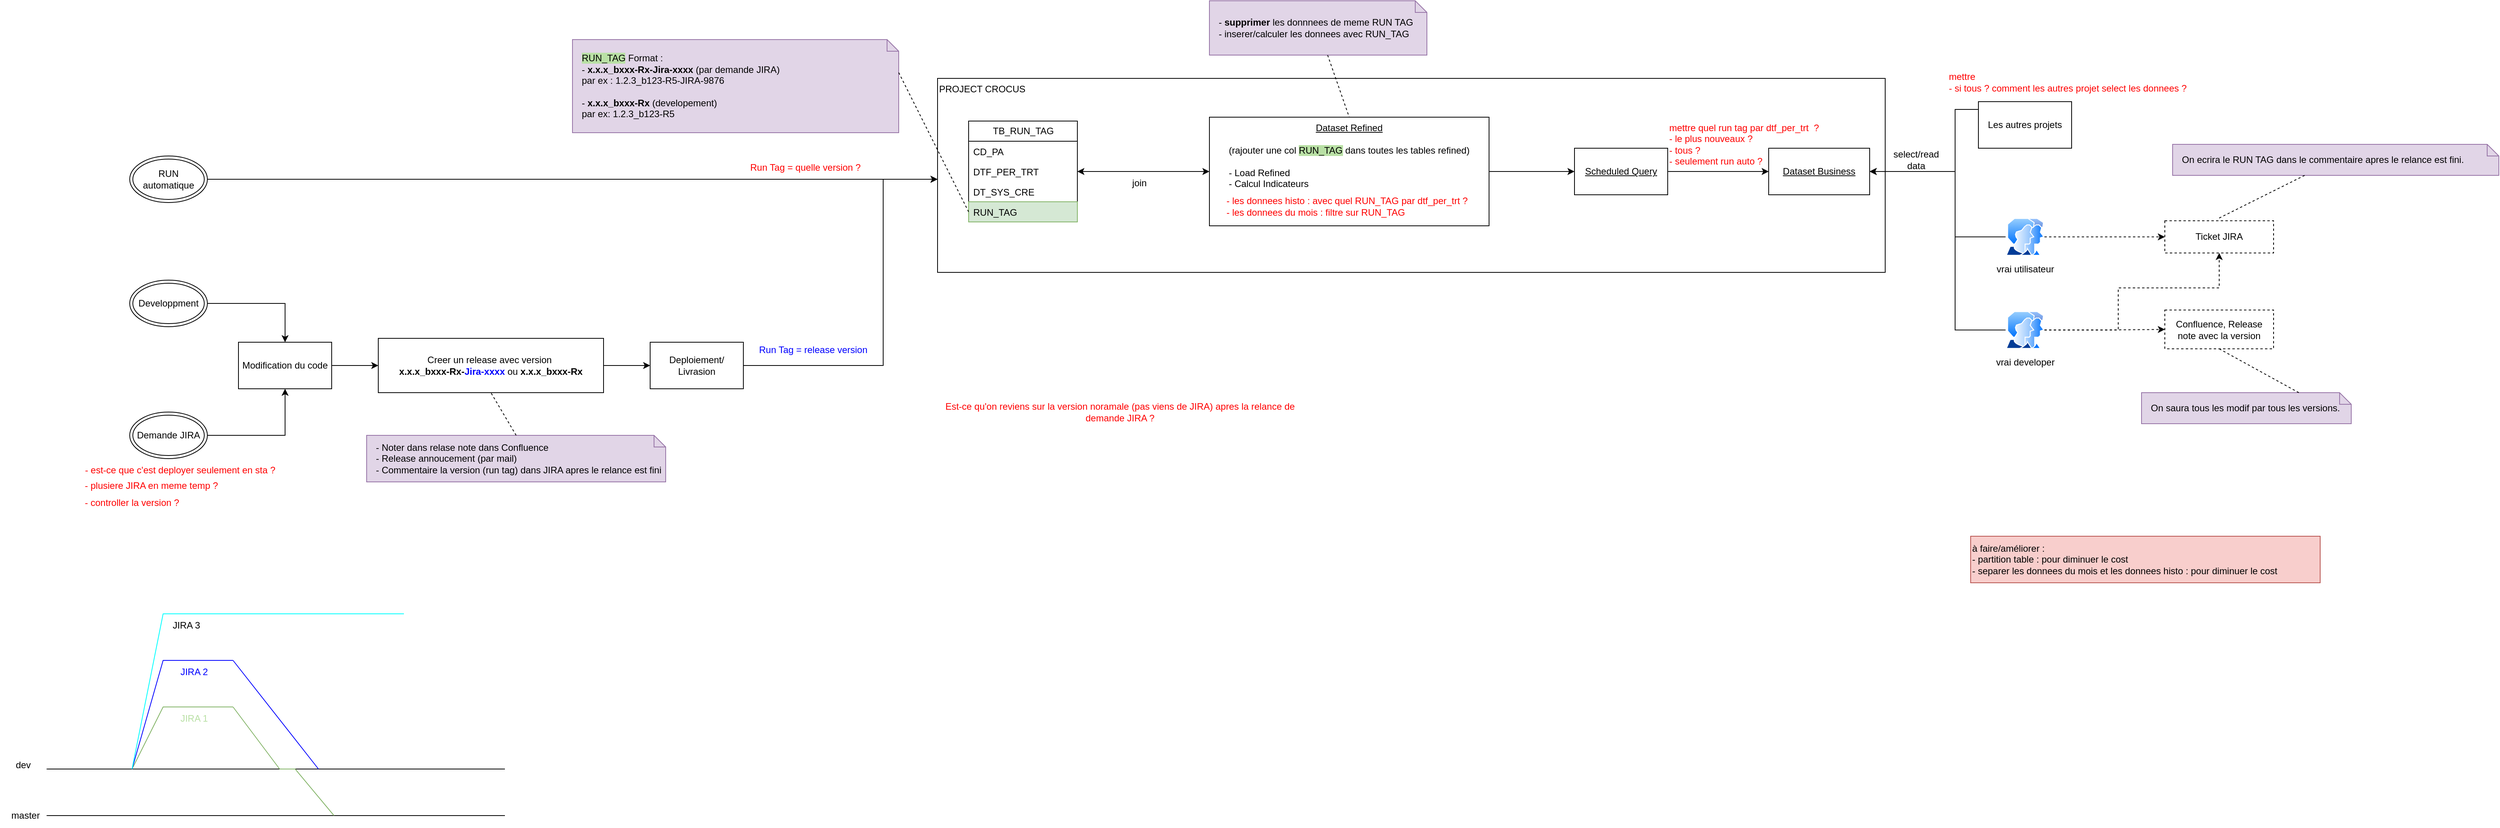
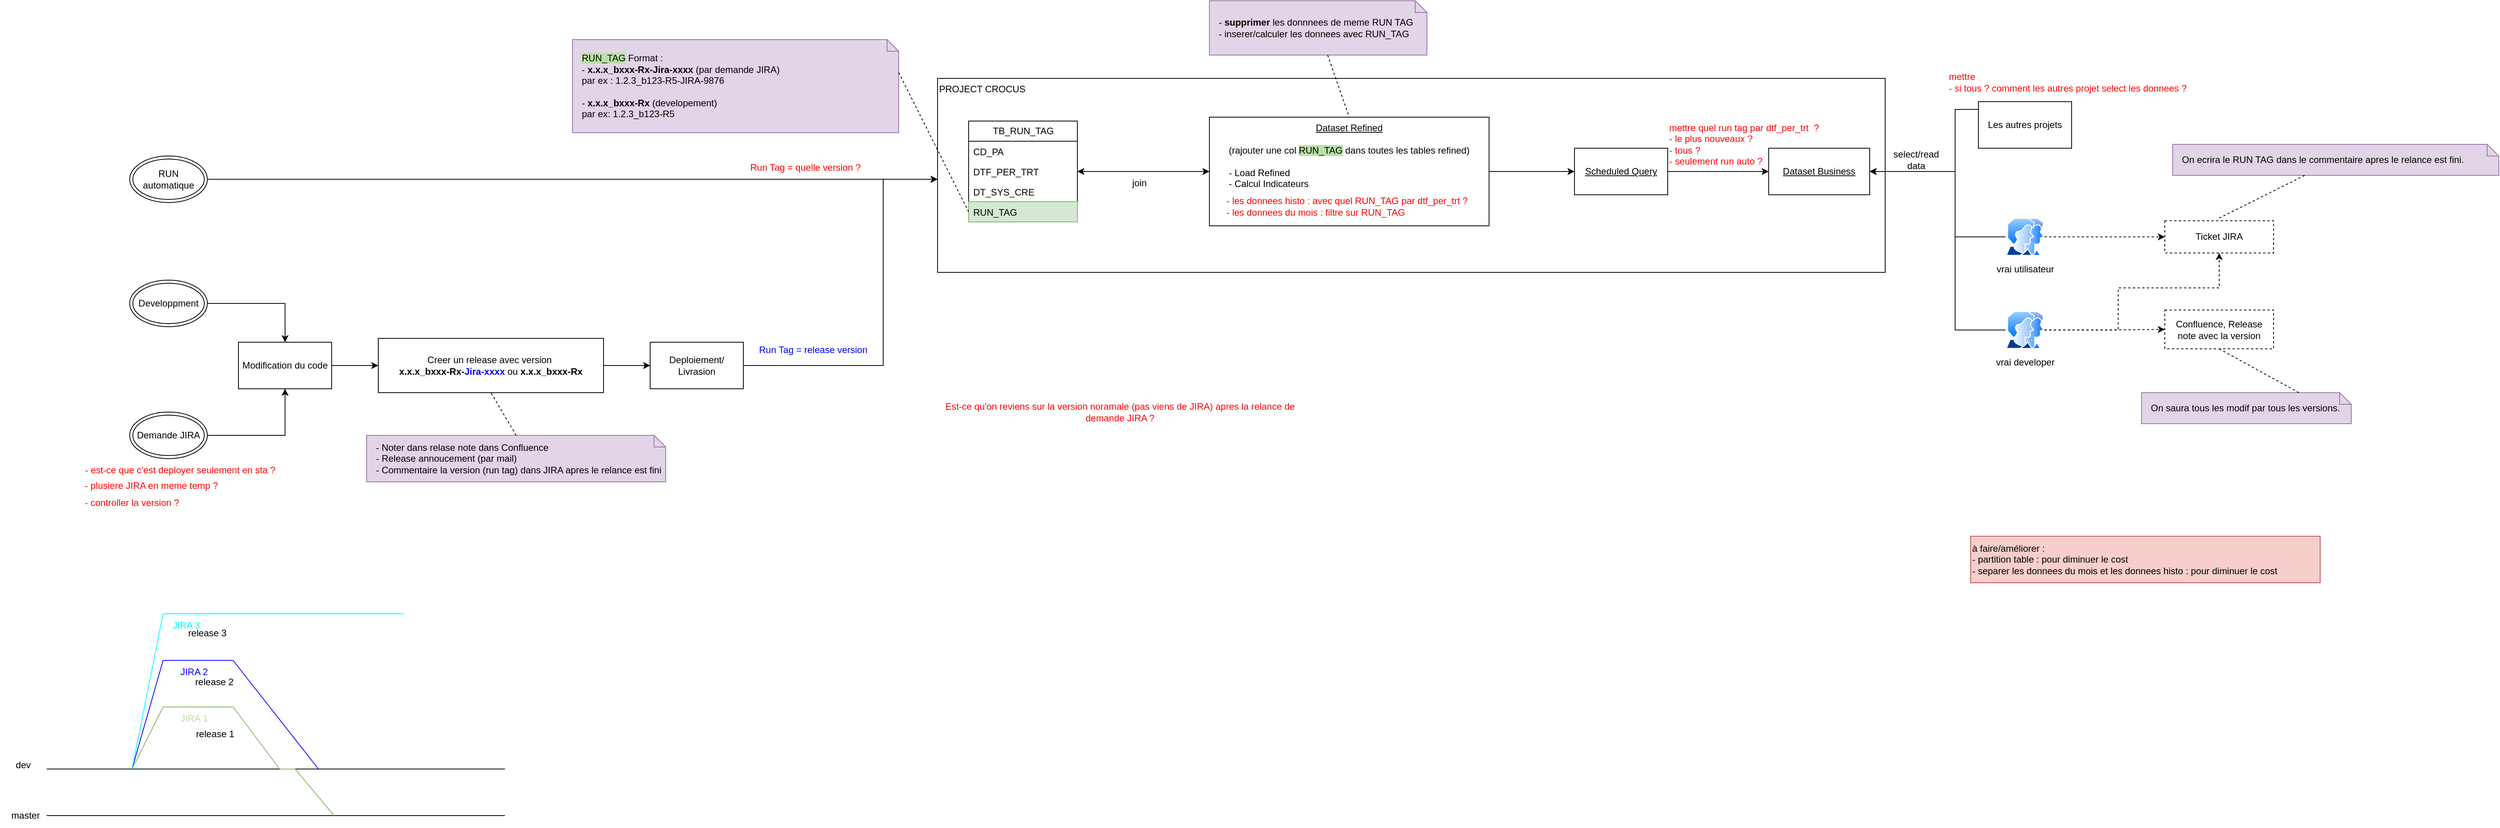
<mxfile host="app.diagrams.net">
  <diagram name="Page-1" id="bEAYSmEDHXBXhFzCy1HB">
    <mxGraphModel dx="2873" dy="1106" grid="1" gridSize="10" guides="1" tooltips="1" connect="1" arrows="1" fold="1" page="1" pageScale="1" pageWidth="827" pageHeight="1169" math="0" shadow="0">
      <root>
        <mxCell id="0" />
        <mxCell id="1" parent="0" />
        <mxCell id="QUzsFoNl6aFI_2ed8XXq-13" parent="1" style="rounded=0;whiteSpace=wrap;html=1;align=left;verticalAlign=top;" value="PROJECT CROCUS" vertex="1">
          <mxGeometry height="250" width="1220" x="380" y="140" as="geometry" />
        </mxCell>
        <mxCell id="QUzsFoNl6aFI_2ed8XXq-1" parent="1" style="swimlane;fontStyle=0;childLayout=stackLayout;horizontal=1;startSize=26;fillColor=none;horizontalStack=0;resizeParent=1;resizeParentMax=0;resizeLast=0;collapsible=1;marginBottom=0;html=1;" value="TB_RUN_TAG" vertex="1">
          <mxGeometry height="130" width="140" x="420" y="195" as="geometry" />
        </mxCell>
        <mxCell id="QUzsFoNl6aFI_2ed8XXq-2" parent="QUzsFoNl6aFI_2ed8XXq-1" style="text;strokeColor=none;fillColor=none;align=left;verticalAlign=top;spacingLeft=4;spacingRight=4;overflow=hidden;rotatable=0;points=[[0,0.5],[1,0.5]];portConstraint=eastwest;whiteSpace=wrap;html=1;" value="CD_PA" vertex="1">
          <mxGeometry height="26" width="140" y="26" as="geometry" />
        </mxCell>
        <mxCell id="QUzsFoNl6aFI_2ed8XXq-3" parent="QUzsFoNl6aFI_2ed8XXq-1" style="text;strokeColor=none;fillColor=none;align=left;verticalAlign=top;spacingLeft=4;spacingRight=4;overflow=hidden;rotatable=0;points=[[0,0.5],[1,0.5]];portConstraint=eastwest;whiteSpace=wrap;html=1;" value="DTF_PER_TRT" vertex="1">
          <mxGeometry height="26" width="140" y="52" as="geometry" />
        </mxCell>
        <mxCell id="QUzsFoNl6aFI_2ed8XXq-4" parent="QUzsFoNl6aFI_2ed8XXq-1" style="text;strokeColor=none;fillColor=none;align=left;verticalAlign=top;spacingLeft=4;spacingRight=4;overflow=hidden;rotatable=0;points=[[0,0.5],[1,0.5]];portConstraint=eastwest;whiteSpace=wrap;html=1;" value="DT_SYS_CRE" vertex="1">
          <mxGeometry height="26" width="140" y="78" as="geometry" />
        </mxCell>
        <mxCell id="QUzsFoNl6aFI_2ed8XXq-5" parent="QUzsFoNl6aFI_2ed8XXq-1" style="text;strokeColor=#82b366;fillColor=#d5e8d4;align=left;verticalAlign=top;spacingLeft=4;spacingRight=4;overflow=hidden;rotatable=0;points=[[0,0.5],[1,0.5]];portConstraint=eastwest;whiteSpace=wrap;html=1;" value="RUN_TAG" vertex="1">
          <mxGeometry height="26" width="140" y="104" as="geometry" />
        </mxCell>
        <mxCell id="QUzsFoNl6aFI_2ed8XXq-7" parent="1" style="shape=note;size=15;align=left;spacingLeft=10;html=1;whiteSpace=wrap;fillColor=#e1d5e7;strokeColor=#9673a6;" value="&lt;span style=&quot;background-color: rgb(185, 224, 165);&quot;&gt;RUN_TAG&lt;/span&gt; Format :&amp;nbsp;&lt;div&gt;- &lt;b&gt;x.x.x_bxxx-Rx-Jira-xxxx&lt;/b&gt; (par demande JIRA)&amp;nbsp;&lt;/div&gt;&lt;div&gt;par ex : 1.2.3_b123-R5-JIRA-9876&lt;/div&gt;&lt;div&gt;&lt;br&gt;&lt;/div&gt;&lt;div&gt;-&lt;b&gt; x.x.x_bxxx-Rx&lt;/b&gt; (developement)&lt;/div&gt;&lt;div&gt;&lt;span style=&quot;background-color: transparent; color: light-dark(rgb(0, 0, 0), rgb(255, 255, 255));&quot;&gt;par ex: 1.2.3_b123-R5&lt;/span&gt;&lt;/div&gt;" vertex="1">
          <mxGeometry height="120" width="420" x="-90" y="90" as="geometry" />
        </mxCell>
        <mxCell id="QUzsFoNl6aFI_2ed8XXq-8" edge="1" parent="1" source="QUzsFoNl6aFI_2ed8XXq-7" style="edgeStyle=none;endArrow=none;exitX=0;exitY=0;dashed=1;html=1;rounded=0;entryX=0;entryY=0.5;entryDx=0;entryDy=0;exitDx=420;exitDy=42.5;exitPerimeter=0;" target="QUzsFoNl6aFI_2ed8XXq-5" value="">
          <mxGeometry relative="1" x="1" as="geometry">
            <mxPoint x="590" y="660" as="targetPoint" />
          </mxGeometry>
        </mxCell>
        <mxCell id="QUzsFoNl6aFI_2ed8XXq-10" parent="1" style="rounded=0;whiteSpace=wrap;html=1;dashed=1;" value="Confluence, Release note avec la v&lt;span style=&quot;background-color: transparent; color: light-dark(rgb(0, 0, 0), rgb(255, 255, 255));&quot;&gt;ersion&lt;/span&gt;" vertex="1">
          <mxGeometry height="50" width="140" x="1960" y="438.5" as="geometry" />
        </mxCell>
        <mxCell id="QUzsFoNl6aFI_2ed8XXq-11" parent="1" style="rounded=0;whiteSpace=wrap;html=1;dashed=1;" value="Ticket JIRA" vertex="1">
          <mxGeometry height="41.5" width="140" x="1960" y="323.5" as="geometry" />
        </mxCell>
        <mxCell id="QUzsFoNl6aFI_2ed8XXq-42" edge="1" parent="1" source="QUzsFoNl6aFI_2ed8XXq-12" style="edgeStyle=orthogonalEdgeStyle;rounded=0;orthogonalLoop=1;jettySize=auto;html=1;entryX=1;entryY=0.5;entryDx=0;entryDy=0;startArrow=classic;startFill=1;" target="QUzsFoNl6aFI_2ed8XXq-3">
          <mxGeometry relative="1" as="geometry" />
        </mxCell>
        <mxCell id="QUzsFoNl6aFI_2ed8XXq-50" edge="1" parent="1" source="QUzsFoNl6aFI_2ed8XXq-12" style="edgeStyle=orthogonalEdgeStyle;rounded=0;orthogonalLoop=1;jettySize=auto;html=1;" target="QUzsFoNl6aFI_2ed8XXq-46">
          <mxGeometry relative="1" as="geometry">
            <Array as="points" />
          </mxGeometry>
        </mxCell>
        <mxCell id="QUzsFoNl6aFI_2ed8XXq-12" parent="1" style="rounded=0;whiteSpace=wrap;html=1;verticalAlign=top;" value="&lt;u&gt;Dataset Refined&lt;/u&gt;&lt;div&gt;&lt;u&gt;&lt;br&gt;&lt;/u&gt;&lt;div&gt;(rajouter une col &lt;span style=&quot;background-color: rgb(185, 224, 165);&quot;&gt;RUN_TAG&lt;/span&gt;&lt;span&gt; &lt;/span&gt;dans toutes les tables refined)&lt;/div&gt;&lt;div&gt;&lt;br&gt;&lt;/div&gt;&lt;div style=&quot;text-align: left;&quot;&gt;- Load Refined&amp;nbsp; &amp;nbsp; &amp;nbsp; &amp;nbsp;&lt;/div&gt;&lt;div style=&quot;text-align: left;&quot;&gt;- Calcul Indicateurs&lt;/div&gt;&lt;/div&gt;" vertex="1">
          <mxGeometry height="140" width="360" x="730" y="190" as="geometry" />
        </mxCell>
        <mxCell id="QUzsFoNl6aFI_2ed8XXq-27" edge="1" parent="1" source="QUzsFoNl6aFI_2ed8XXq-33" style="edgeStyle=orthogonalEdgeStyle;rounded=0;orthogonalLoop=1;jettySize=auto;html=1;entryX=0.5;entryY=0;entryDx=0;entryDy=0;" target="QUzsFoNl6aFI_2ed8XXq-23">
          <mxGeometry relative="1" as="geometry">
            <mxPoint x="-760" y="325" as="sourcePoint" />
          </mxGeometry>
        </mxCell>
        <mxCell id="QUzsFoNl6aFI_2ed8XXq-29" edge="1" parent="1" source="QUzsFoNl6aFI_2ed8XXq-34" style="edgeStyle=orthogonalEdgeStyle;rounded=0;orthogonalLoop=1;jettySize=auto;html=1;entryX=0.5;entryY=1;entryDx=0;entryDy=0;" target="QUzsFoNl6aFI_2ed8XXq-23">
          <mxGeometry relative="1" as="geometry">
            <mxPoint x="-820" y="785" as="sourcePoint" />
          </mxGeometry>
        </mxCell>
        <mxCell id="QUzsFoNl6aFI_2ed8XXq-19" parent="1" style="text;html=1;whiteSpace=wrap;strokeColor=none;fillColor=none;align=center;verticalAlign=middle;rounded=0;fontColor=#0000FF;" value="&lt;font style=&quot;color: rgb(255, 0, 0);&quot;&gt;Run Tag = quelle version ?&lt;/font&gt;" vertex="1">
          <mxGeometry height="30" width="200" x="110" y="240" as="geometry" />
        </mxCell>
        <mxCell id="QUzsFoNl6aFI_2ed8XXq-28" edge="1" parent="1" source="QUzsFoNl6aFI_2ed8XXq-23" style="edgeStyle=orthogonalEdgeStyle;rounded=0;orthogonalLoop=1;jettySize=auto;html=1;" target="QUzsFoNl6aFI_2ed8XXq-25">
          <mxGeometry relative="1" as="geometry" />
        </mxCell>
        <mxCell id="QUzsFoNl6aFI_2ed8XXq-23" parent="1" style="rounded=0;whiteSpace=wrap;html=1;" value="Modification du code" vertex="1">
          <mxGeometry height="60" width="120" x="-520" y="480" as="geometry" />
        </mxCell>
        <mxCell id="QUzsFoNl6aFI_2ed8XXq-31" edge="1" parent="1" source="QUzsFoNl6aFI_2ed8XXq-24" style="edgeStyle=orthogonalEdgeStyle;rounded=0;orthogonalLoop=1;jettySize=auto;html=1;" target="QUzsFoNl6aFI_2ed8XXq-13">
          <mxGeometry relative="1" as="geometry">
            <Array as="points">
              <mxPoint x="310" y="510" />
              <mxPoint x="310" y="270" />
            </Array>
          </mxGeometry>
        </mxCell>
        <mxCell id="QUzsFoNl6aFI_2ed8XXq-24" parent="1" style="rounded=0;whiteSpace=wrap;html=1;" value="Deploiement/ Livrasion" vertex="1">
          <mxGeometry height="60" width="120" x="10" y="480" as="geometry" />
        </mxCell>
        <mxCell id="QUzsFoNl6aFI_2ed8XXq-30" edge="1" parent="1" source="QUzsFoNl6aFI_2ed8XXq-25" style="edgeStyle=orthogonalEdgeStyle;rounded=0;orthogonalLoop=1;jettySize=auto;html=1;entryX=0;entryY=0.5;entryDx=0;entryDy=0;" target="QUzsFoNl6aFI_2ed8XXq-24">
          <mxGeometry relative="1" as="geometry" />
        </mxCell>
        <mxCell id="QUzsFoNl6aFI_2ed8XXq-25" parent="1" style="rounded=0;whiteSpace=wrap;html=1;" value="Creer un release avec version&amp;nbsp;&lt;div&gt;&lt;span style=&quot;text-align: left;&quot;&gt;&lt;b&gt;x.x.x_bxxx-Rx-&lt;font style=&quot;color: rgb(0, 0, 255);&quot;&gt;Jira-xxxx&lt;/font&gt;&lt;/b&gt; ou&amp;nbsp;&lt;/span&gt;&lt;span style=&quot;text-align: left;&quot;&gt;&lt;b&gt;x.x.x_bxxx-Rx&lt;/b&gt;&lt;/span&gt;&lt;/div&gt;" vertex="1">
          <mxGeometry height="70" width="290" x="-340" y="475" as="geometry" />
        </mxCell>
        <mxCell id="QUzsFoNl6aFI_2ed8XXq-33" parent="1" style="ellipse;shape=doubleEllipse;whiteSpace=wrap;html=1;" value="Developpment" vertex="1">
          <mxGeometry height="60" width="100" x="-660" y="400" as="geometry" />
        </mxCell>
        <mxCell id="QUzsFoNl6aFI_2ed8XXq-34" parent="1" style="ellipse;shape=doubleEllipse;whiteSpace=wrap;html=1;" value="Demande JIRA" vertex="1">
          <mxGeometry height="60" width="100" x="-660" y="570" as="geometry" />
        </mxCell>
        <mxCell id="QUzsFoNl6aFI_2ed8XXq-36" edge="1" parent="1" source="QUzsFoNl6aFI_2ed8XXq-35" style="edgeStyle=orthogonalEdgeStyle;rounded=0;orthogonalLoop=1;jettySize=auto;html=1;" target="QUzsFoNl6aFI_2ed8XXq-13">
          <mxGeometry relative="1" as="geometry">
            <Array as="points">
              <mxPoint x="40" y="270" />
              <mxPoint x="40" y="270" />
            </Array>
          </mxGeometry>
        </mxCell>
        <mxCell id="QUzsFoNl6aFI_2ed8XXq-35" parent="1" style="ellipse;shape=doubleEllipse;whiteSpace=wrap;html=1;" value="RUN automatique" vertex="1">
          <mxGeometry height="60" width="100" x="-660" y="240" as="geometry" />
        </mxCell>
        <mxCell id="QUzsFoNl6aFI_2ed8XXq-37" parent="1" style="text;html=1;whiteSpace=wrap;strokeColor=none;fillColor=none;align=center;verticalAlign=middle;rounded=0;fontColor=#0000FF;" value="Run Tag = release version" vertex="1">
          <mxGeometry height="30" width="200" x="120" y="475" as="geometry" />
        </mxCell>
        <mxCell id="QUzsFoNl6aFI_2ed8XXq-38" parent="1" style="shape=note;size=15;align=left;spacingLeft=10;html=1;whiteSpace=wrap;fillColor=#e1d5e7;strokeColor=#9673a6;" value="- Noter dans relase note dans Confluence&lt;div&gt;- Release annoucement (par mail)&lt;/div&gt;&lt;div&gt;- Commentaire la version (run tag) dans JIRA apres le relance est fini&lt;/div&gt;" vertex="1">
          <mxGeometry height="60" width="385" x="-355" y="600" as="geometry" />
        </mxCell>
        <mxCell id="QUzsFoNl6aFI_2ed8XXq-39" edge="1" parent="1" source="QUzsFoNl6aFI_2ed8XXq-38" style="edgeStyle=none;endArrow=none;exitX=0.5;exitY=0;dashed=1;html=1;rounded=0;entryX=0.5;entryY=1;entryDx=0;entryDy=0;exitDx=0;exitDy=0;exitPerimeter=0;" target="QUzsFoNl6aFI_2ed8XXq-25" value="">
          <mxGeometry relative="1" x="1" as="geometry">
            <mxPoint x="710" y="660" as="sourcePoint" />
            <mxPoint x="762" y="510" as="targetPoint" />
          </mxGeometry>
        </mxCell>
        <mxCell id="QUzsFoNl6aFI_2ed8XXq-40" parent="1" style="shape=note;size=15;align=left;spacingLeft=10;html=1;whiteSpace=wrap;fillColor=#e1d5e7;strokeColor=#9673a6;" value="- &lt;b&gt;supprimer &lt;/b&gt;les donnnees de meme RUN TAG&lt;div&gt;- inserer/calculer les donnees avec RUN_TAG&lt;/div&gt;" vertex="1">
          <mxGeometry height="70" width="280" x="730" y="40" as="geometry" />
        </mxCell>
        <mxCell id="QUzsFoNl6aFI_2ed8XXq-41" edge="1" parent="1" source="QUzsFoNl6aFI_2ed8XXq-40" style="edgeStyle=none;endArrow=none;dashed=1;html=1;rounded=0;entryX=0.5;entryY=0;entryDx=0;entryDy=0;" target="QUzsFoNl6aFI_2ed8XXq-12" value="">
          <mxGeometry relative="1" x="1" as="geometry">
            <mxPoint x="720" y="650" as="sourcePoint" />
            <mxPoint x="772" y="500" as="targetPoint" />
          </mxGeometry>
        </mxCell>
        <mxCell id="QUzsFoNl6aFI_2ed8XXq-43" parent="1" style="text;html=1;whiteSpace=wrap;strokeColor=none;fillColor=none;align=left;verticalAlign=middle;rounded=0;" value="&lt;font style=&quot;color: rgb(255, 0, 0);&quot;&gt;- les donnees histo : avec quel RUN_TAG par dtf_per_trt ?&lt;/font&gt;&lt;div&gt;&lt;font style=&quot;color: rgb(255, 0, 0);&quot;&gt;- les donnees du mois : f&lt;/font&gt;&lt;span style=&quot;color: light-dark(rgb(255, 0, 0), rgb(255, 144, 144)); background-color: transparent;&quot;&gt;iltre sur RUN_TAG&lt;/span&gt;&lt;/div&gt;" vertex="1">
          <mxGeometry height="30" width="330" x="750" y="290" as="geometry" />
        </mxCell>
        <mxCell id="QUzsFoNl6aFI_2ed8XXq-45" parent="1" style="rounded=0;whiteSpace=wrap;html=1;" value="&lt;u&gt;Dataset Business&lt;/u&gt;" vertex="1">
          <mxGeometry height="60" width="130" x="1450" y="230" as="geometry" />
        </mxCell>
        <mxCell id="QUzsFoNl6aFI_2ed8XXq-48" edge="1" parent="1" source="QUzsFoNl6aFI_2ed8XXq-46" style="edgeStyle=orthogonalEdgeStyle;rounded=0;orthogonalLoop=1;jettySize=auto;html=1;" target="QUzsFoNl6aFI_2ed8XXq-45">
          <mxGeometry relative="1" as="geometry" />
        </mxCell>
        <mxCell id="QUzsFoNl6aFI_2ed8XXq-46" parent="1" style="rounded=0;whiteSpace=wrap;html=1;" value="&lt;u&gt;Scheduled Query&lt;/u&gt;" vertex="1">
          <mxGeometry height="60" width="120" x="1200" y="230" as="geometry" />
        </mxCell>
        <mxCell id="QUzsFoNl6aFI_2ed8XXq-51" parent="1" style="text;html=1;whiteSpace=wrap;strokeColor=none;fillColor=none;align=left;verticalAlign=middle;rounded=0;fontColor=#FF0000;" value="mettre quel run tag par dtf_per_trt&amp;nbsp;&amp;nbsp;?&amp;nbsp;&lt;div&gt;- le plus nouveaux ?&lt;/div&gt;&lt;div&gt;- tous ?&lt;/div&gt;&lt;div&gt;- seulement run auto ?&lt;/div&gt;" vertex="1">
          <mxGeometry height="30" width="370" x="1320" y="210" as="geometry" />
        </mxCell>
        <mxCell id="QUzsFoNl6aFI_2ed8XXq-59" edge="1" parent="1" source="QUzsFoNl6aFI_2ed8XXq-52" style="edgeStyle=orthogonalEdgeStyle;rounded=0;orthogonalLoop=1;jettySize=auto;html=1;entryX=1;entryY=0.5;entryDx=0;entryDy=0;" target="QUzsFoNl6aFI_2ed8XXq-45">
          <mxGeometry relative="1" as="geometry">
            <Array as="points">
              <mxPoint x="1690" y="180" />
              <mxPoint x="1690" y="260" />
            </Array>
          </mxGeometry>
        </mxCell>
        <mxCell id="QUzsFoNl6aFI_2ed8XXq-52" parent="1" style="rounded=0;whiteSpace=wrap;html=1;" value="Les autres projets" vertex="1">
          <mxGeometry height="60" width="120" x="1720" y="170" as="geometry" />
        </mxCell>
        <mxCell id="QUzsFoNl6aFI_2ed8XXq-58" edge="1" parent="1" source="QUzsFoNl6aFI_2ed8XXq-57" style="edgeStyle=orthogonalEdgeStyle;rounded=0;orthogonalLoop=1;jettySize=auto;html=1;entryX=1;entryY=0.5;entryDx=0;entryDy=0;" target="QUzsFoNl6aFI_2ed8XXq-45">
          <mxGeometry relative="1" as="geometry">
            <Array as="points">
              <mxPoint x="1690" y="344" />
              <mxPoint x="1690" y="260" />
            </Array>
          </mxGeometry>
        </mxCell>
        <mxCell id="QUzsFoNl6aFI_2ed8XXq-65" edge="1" parent="1" source="QUzsFoNl6aFI_2ed8XXq-57" style="edgeStyle=orthogonalEdgeStyle;rounded=0;orthogonalLoop=1;jettySize=auto;html=1;dashed=1;" target="QUzsFoNl6aFI_2ed8XXq-11">
          <mxGeometry relative="1" as="geometry" />
        </mxCell>
        <mxCell id="QUzsFoNl6aFI_2ed8XXq-57" parent="1" style="image;aspect=fixed;perimeter=ellipsePerimeter;html=1;align=center;shadow=0;dashed=0;spacingTop=3;image=img/lib/active_directory/user_accounts.svg;" value="vrai utilisateur" vertex="1">
          <mxGeometry height="48.5" width="50" x="1755" y="320" as="geometry" />
        </mxCell>
        <mxCell id="QUzsFoNl6aFI_2ed8XXq-60" parent="1" style="text;html=1;whiteSpace=wrap;strokeColor=none;fillColor=none;align=center;verticalAlign=middle;rounded=0;" value="select/read data" vertex="1">
          <mxGeometry height="30" width="60" x="1610" y="230" as="geometry" />
        </mxCell>
        <mxCell id="QUzsFoNl6aFI_2ed8XXq-63" edge="1" parent="1" source="QUzsFoNl6aFI_2ed8XXq-62" style="edgeStyle=orthogonalEdgeStyle;rounded=0;orthogonalLoop=1;jettySize=auto;html=1;entryX=1;entryY=0.5;entryDx=0;entryDy=0;" target="QUzsFoNl6aFI_2ed8XXq-45">
          <mxGeometry relative="1" as="geometry">
            <Array as="points">
              <mxPoint x="1690" y="464" />
              <mxPoint x="1690" y="260" />
            </Array>
          </mxGeometry>
        </mxCell>
        <mxCell id="QUzsFoNl6aFI_2ed8XXq-66" edge="1" parent="1" source="QUzsFoNl6aFI_2ed8XXq-62" style="edgeStyle=orthogonalEdgeStyle;rounded=0;orthogonalLoop=1;jettySize=auto;html=1;dashed=1;" target="QUzsFoNl6aFI_2ed8XXq-10">
          <mxGeometry relative="1" as="geometry" />
        </mxCell>
        <mxCell id="QUzsFoNl6aFI_2ed8XXq-68" edge="1" parent="1" source="QUzsFoNl6aFI_2ed8XXq-62" style="edgeStyle=orthogonalEdgeStyle;rounded=0;orthogonalLoop=1;jettySize=auto;html=1;entryX=0.5;entryY=1;entryDx=0;entryDy=0;dashed=1;" target="QUzsFoNl6aFI_2ed8XXq-11">
          <mxGeometry relative="1" as="geometry">
            <Array as="points">
              <mxPoint x="1900" y="464" />
              <mxPoint x="1900" y="410" />
              <mxPoint x="2030" y="410" />
            </Array>
          </mxGeometry>
        </mxCell>
        <mxCell id="QUzsFoNl6aFI_2ed8XXq-62" parent="1" style="image;aspect=fixed;perimeter=ellipsePerimeter;html=1;align=center;shadow=0;dashed=0;spacingTop=3;image=img/lib/active_directory/user_accounts.svg;" value="vrai developer" vertex="1">
          <mxGeometry height="48.5" width="50" x="1755" y="440" as="geometry" />
        </mxCell>
        <mxCell id="QUzsFoNl6aFI_2ed8XXq-69" parent="1" style="shape=note;size=15;align=left;spacingLeft=10;html=1;whiteSpace=wrap;fillColor=#e1d5e7;strokeColor=#9673a6;" value="On ecrira le RUN TAG dans le commentaire apres le relance est fini." vertex="1">
          <mxGeometry height="40" width="420" x="1970" y="225" as="geometry" />
        </mxCell>
        <mxCell id="QUzsFoNl6aFI_2ed8XXq-70" edge="1" parent="1" source="QUzsFoNl6aFI_2ed8XXq-69" style="edgeStyle=none;endArrow=none;dashed=1;html=1;rounded=0;" value="">
          <mxGeometry relative="1" x="1" as="geometry">
            <mxPoint x="970" y="210" as="sourcePoint" />
            <mxPoint x="2030" y="320" as="targetPoint" />
          </mxGeometry>
        </mxCell>
        <mxCell id="QUzsFoNl6aFI_2ed8XXq-71" parent="1" style="shape=note;size=15;align=left;spacingLeft=10;html=1;whiteSpace=wrap;fillColor=#e1d5e7;strokeColor=#9673a6;" value="On saura tous les modif par tous les versions." vertex="1">
          <mxGeometry height="40" width="270" x="1930" y="545" as="geometry" />
        </mxCell>
        <mxCell id="QUzsFoNl6aFI_2ed8XXq-72" edge="1" parent="1" source="QUzsFoNl6aFI_2ed8XXq-71" style="edgeStyle=none;endArrow=none;dashed=1;html=1;rounded=0;entryX=0.5;entryY=1;entryDx=0;entryDy=0;exitX=0;exitY=0;exitDx=202.5;exitDy=0;exitPerimeter=0;" target="QUzsFoNl6aFI_2ed8XXq-10" value="">
          <mxGeometry relative="1" x="1" as="geometry">
            <mxPoint x="2180" y="470" as="sourcePoint" />
            <mxPoint x="2070" y="525" as="targetPoint" />
          </mxGeometry>
        </mxCell>
        <mxCell id="QUzsFoNl6aFI_2ed8XXq-73" parent="1" style="text;html=1;whiteSpace=wrap;strokeColor=none;fillColor=none;align=left;verticalAlign=middle;rounded=0;fontColor=#FF0000;" value="mettre&amp;nbsp;&lt;div&gt;&lt;span style=&quot;background-color: transparent; color: light-dark(rgb(255, 0, 0), rgb(255, 144, 144));&quot;&gt;- si tous ? comment les autres projet select les donnees ?&lt;/span&gt;&lt;/div&gt;" vertex="1">
          <mxGeometry height="30" width="370" x="1680" y="130" as="geometry" />
        </mxCell>
        <mxCell id="QUzsFoNl6aFI_2ed8XXq-74" parent="1" style="rounded=0;whiteSpace=wrap;html=1;align=left;fillColor=#f8cecc;strokeColor=#b85450;" value="à faire/améliorer :&lt;div&gt;- partition table : pour diminuer le cost&lt;/div&gt;&lt;div&gt;- separer les donnees du mois et les donnees histo&amp;nbsp;&lt;span style=&quot;background-color: transparent; color: light-dark(rgb(0, 0, 0), rgb(255, 255, 255));&quot;&gt;: pour diminuer le cost&lt;/span&gt;&lt;/div&gt;" vertex="1">
          <mxGeometry height="60" width="450" x="1710" y="730" as="geometry" />
        </mxCell>
        <mxCell id="QUzsFoNl6aFI_2ed8XXq-76" parent="1" style="text;html=1;whiteSpace=wrap;strokeColor=none;fillColor=none;align=center;verticalAlign=middle;rounded=0;" value="join" vertex="1">
          <mxGeometry height="30" width="60" x="610" y="260" as="geometry" />
        </mxCell>
        <mxCell id="QUzsFoNl6aFI_2ed8XXq-77" parent="1" style="text;html=1;whiteSpace=wrap;strokeColor=none;fillColor=none;align=center;verticalAlign=middle;rounded=0;fontColor=#FF0000;" value="Est-ce qu&#39;on reviens sur la version noramale (pas viens de JIRA) apres la relance de demande JIRA ?" vertex="1">
          <mxGeometry height="30" width="470" x="380" y="555" as="geometry" />
        </mxCell>
        <mxCell id="QUzsFoNl6aFI_2ed8XXq-78" parent="1" style="text;html=1;whiteSpace=wrap;strokeColor=none;fillColor=none;align=center;verticalAlign=middle;rounded=0;fontColor=#FF0000;" value="- est-ce que c&#39;est deployer seulement en sta ?" vertex="1">
          <mxGeometry height="30" width="290" x="-740" y="630" as="geometry" />
        </mxCell>
        <mxCell id="QUzsFoNl6aFI_2ed8XXq-79" parent="1" style="text;html=1;whiteSpace=wrap;strokeColor=none;fillColor=none;align=center;verticalAlign=middle;rounded=0;fontColor=#FF0000;" value="- plusiere JIRA en meme temp ?" vertex="1">
          <mxGeometry height="30" width="290" x="-777" y="650" as="geometry" />
        </mxCell>
        <mxCell id="QUzsFoNl6aFI_2ed8XXq-80" parent="1" style="text;html=1;whiteSpace=wrap;strokeColor=none;fillColor=none;align=center;verticalAlign=middle;rounded=0;fontColor=#FF0000;" value="- controller la version ?" vertex="1">
          <mxGeometry height="30" width="290" x="-802" y="672" as="geometry" />
        </mxCell>
        <mxCell id="QUzsFoNl6aFI_2ed8XXq-81" edge="1" parent="1" style="endArrow=none;html=1;rounded=0;" value="">
          <mxGeometry height="50" relative="1" width="50" as="geometry">
            <mxPoint x="-767" y="1030" as="sourcePoint" />
            <mxPoint x="-177" y="1030" as="targetPoint" />
          </mxGeometry>
        </mxCell>
        <mxCell id="QUzsFoNl6aFI_2ed8XXq-83" edge="1" parent="1" style="endArrow=none;html=1;rounded=0;fillColor=#d5e8d4;strokeColor=#82b366;" value="">
          <mxGeometry height="50" relative="1" width="50" as="geometry">
            <Array as="points">
              <mxPoint x="-617" y="950" />
            </Array>
            <mxPoint x="-657" y="1030" as="sourcePoint" />
            <mxPoint x="-527" y="950" as="targetPoint" />
          </mxGeometry>
        </mxCell>
        <mxCell id="QUzsFoNl6aFI_2ed8XXq-84" parent="1" style="text;html=1;whiteSpace=wrap;strokeColor=none;fillColor=none;align=center;verticalAlign=middle;rounded=0;" value="dev" vertex="1">
          <mxGeometry height="30" width="60" x="-827" y="1010" as="geometry" />
        </mxCell>
        <mxCell id="QUzsFoNl6aFI_2ed8XXq-85" edge="1" parent="1" style="endArrow=none;html=1;rounded=0;strokeColor=#0000FF;" value="">
          <mxGeometry height="50" relative="1" width="50" as="geometry">
            <Array as="points">
              <mxPoint x="-617" y="890" />
            </Array>
            <mxPoint x="-657" y="1030" as="sourcePoint" />
            <mxPoint x="-527" y="890" as="targetPoint" />
          </mxGeometry>
        </mxCell>
        <mxCell id="QUzsFoNl6aFI_2ed8XXq-86" edge="1" parent="1" style="endArrow=none;html=1;rounded=0;strokeColor=#00FFFF;" value="">
          <mxGeometry height="50" relative="1" width="50" as="geometry">
            <Array as="points">
              <mxPoint x="-617" y="830" />
            </Array>
            <mxPoint x="-657" y="1030" as="sourcePoint" />
            <mxPoint x="-307" y="830" as="targetPoint" />
          </mxGeometry>
        </mxCell>
        <mxCell id="QUzsFoNl6aFI_2ed8XXq-87" parent="1" style="text;html=1;whiteSpace=wrap;strokeColor=none;fillColor=none;align=center;verticalAlign=middle;rounded=0;fontColor=#B9E0A5;" value="JIRA 1" vertex="1">
          <mxGeometry height="30" width="60" x="-607" y="950" as="geometry" />
        </mxCell>
        <mxCell id="QUzsFoNl6aFI_2ed8XXq-88" parent="1" style="text;html=1;whiteSpace=wrap;strokeColor=none;fillColor=none;align=center;verticalAlign=middle;rounded=0;fontColor=#0000FF;" value="JIRA 2" vertex="1">
          <mxGeometry height="30" width="60" x="-607" y="890" as="geometry" />
        </mxCell>
-         <mxCell id="QUzsFoNl6aFI_2ed8XXq-89" parent="1" style="text;html=1;whiteSpace=wrap;strokeColor=none;fillColor=none;align=center;verticalAlign=middle;rounded=0;" value="JIRA 3" vertex="1">
+         <mxCell id="QUzsFoNl6aFI_2ed8XXq-89" parent="1" style="text;html=1;whiteSpace=wrap;strokeColor=none;fillColor=none;align=center;verticalAlign=middle;rounded=0;fontColor=#00FFFF;" value="JIRA 3" vertex="1">
          <mxGeometry height="30" width="60" x="-617" y="830" as="geometry" />
        </mxCell>
        <mxCell id="QUzsFoNl6aFI_2ed8XXq-90" edge="1" parent="1" style="endArrow=none;html=1;rounded=0;" value="">
          <mxGeometry height="50" relative="1" width="50" as="geometry">
            <mxPoint x="-767" y="1090" as="sourcePoint" />
            <mxPoint x="-177" y="1090" as="targetPoint" />
          </mxGeometry>
        </mxCell>
        <mxCell id="QUzsFoNl6aFI_2ed8XXq-91" parent="1" style="text;html=1;whiteSpace=wrap;strokeColor=none;fillColor=none;align=center;verticalAlign=middle;rounded=0;" value="master" vertex="1">
          <mxGeometry height="30" width="60" x="-824" y="1075" as="geometry" />
        </mxCell>
        <mxCell id="QUzsFoNl6aFI_2ed8XXq-92" edge="1" parent="1" style="endArrow=none;html=1;rounded=0;fillColor=#d5e8d4;strokeColor=#82b366;" value="">
          <mxGeometry height="50" relative="1" width="50" as="geometry">
            <mxPoint x="-527" y="950" as="sourcePoint" />
            <mxPoint x="-467" y="1030" as="targetPoint" />
          </mxGeometry>
        </mxCell>
        <mxCell id="QUzsFoNl6aFI_2ed8XXq-94" edge="1" parent="1" style="endArrow=none;html=1;rounded=0;strokeColor=#0000FF;" value="">
          <mxGeometry height="50" relative="1" width="50" as="geometry">
            <mxPoint x="-527" y="890" as="sourcePoint" />
            <mxPoint x="-417" y="1030" as="targetPoint" />
          </mxGeometry>
        </mxCell>
        <mxCell id="QUzsFoNl6aFI_2ed8XXq-95" edge="1" parent="1" style="endArrow=none;html=1;rounded=0;fillColor=#d5e8d4;strokeColor=#82b366;" value="">
          <mxGeometry height="50" relative="1" width="50" as="geometry">
            <mxPoint x="-447" y="1030" as="sourcePoint" />
            <mxPoint x="-397" y="1090" as="targetPoint" />
          </mxGeometry>
        </mxCell>
        <mxCell id="QUzsFoNl6aFI_2ed8XXq-96" edge="1" parent="1" style="endArrow=none;html=1;rounded=0;fillColor=#d5e8d4;strokeColor=#82b366;" value="">
          <mxGeometry height="50" relative="1" width="50" as="geometry">
            <mxPoint x="-467" y="1030" as="sourcePoint" />
            <mxPoint x="-447" y="1030" as="targetPoint" />
          </mxGeometry>
+         </mxCell>
+         <mxCell id="QUzsFoNl6aFI_2ed8XXq-98" parent="1" style="text;html=1;whiteSpace=wrap;strokeColor=none;fillColor=none;align=center;verticalAlign=middle;rounded=0;" value="release 2" vertex="1">
+           <mxGeometry height="30" width="60" x="-581" y="903" as="geometry" />
+         </mxCell>
+         <mxCell id="QUzsFoNl6aFI_2ed8XXq-99" parent="1" style="text;html=1;whiteSpace=wrap;strokeColor=none;fillColor=none;align=center;verticalAlign=middle;rounded=0;" value="release 1" vertex="1">
+           <mxGeometry height="30" width="60" x="-580" y="970" as="geometry" />
+         </mxCell>
+         <mxCell id="QUzsFoNl6aFI_2ed8XXq-100" parent="1" style="text;html=1;whiteSpace=wrap;strokeColor=none;fillColor=none;align=center;verticalAlign=middle;rounded=0;" value="release 3" vertex="1">
+           <mxGeometry height="30" width="60" x="-590" y="840" as="geometry" />
        </mxCell>
      </root>
    </mxGraphModel>
  </diagram>
</mxfile>
